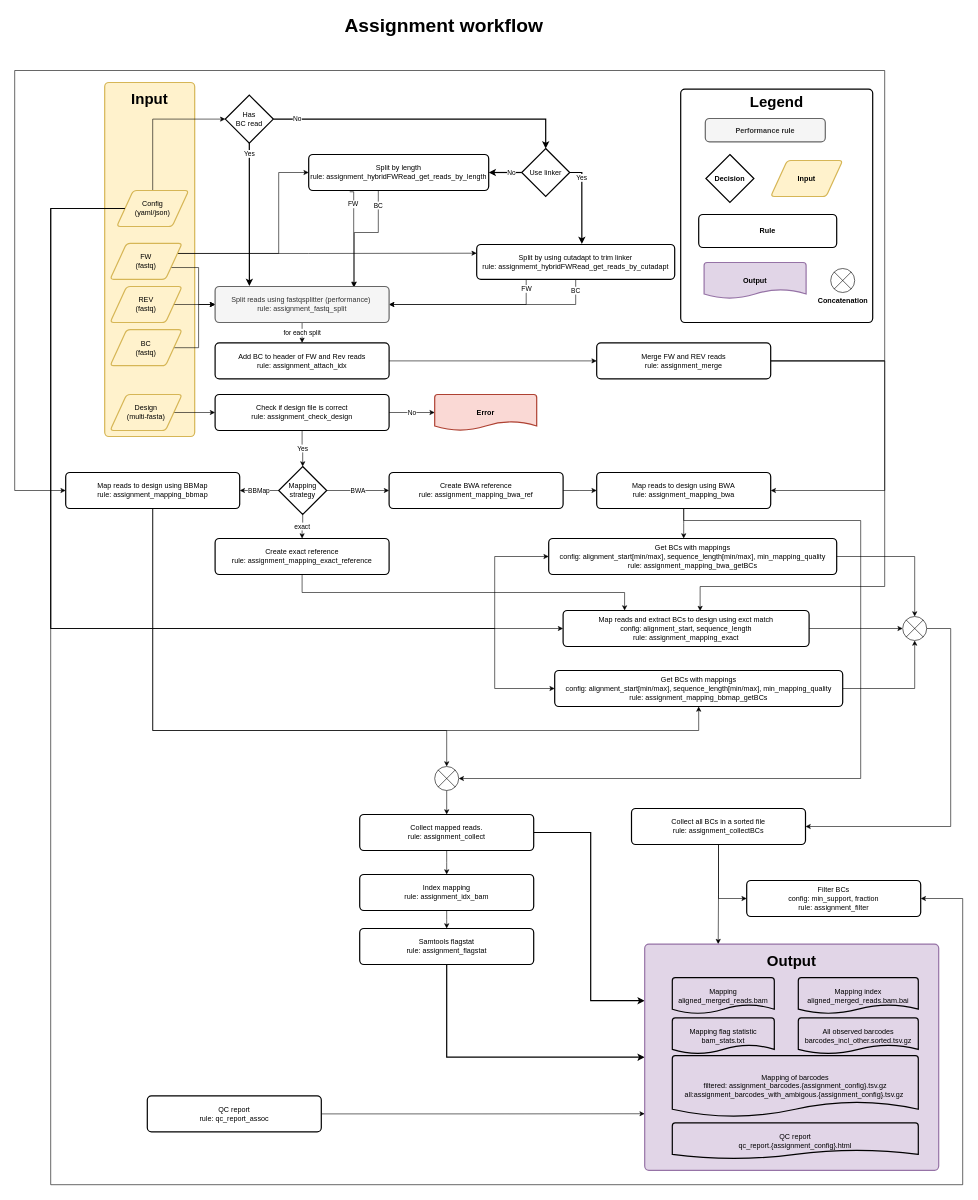
Before: docs/MPRAsnakeflow_assignment.drawio in kircherlab/MPRAsnakeflow, a draw.io diagram. Source tidied: cells renumbered, new cells numbered last; positions are measured from the earlier drawing's top-left corner, leaving out a move shared by most shapes. Both pictures are drawn from the tidied source at 60%, with x=0, y=0 at pixel (14, 10).
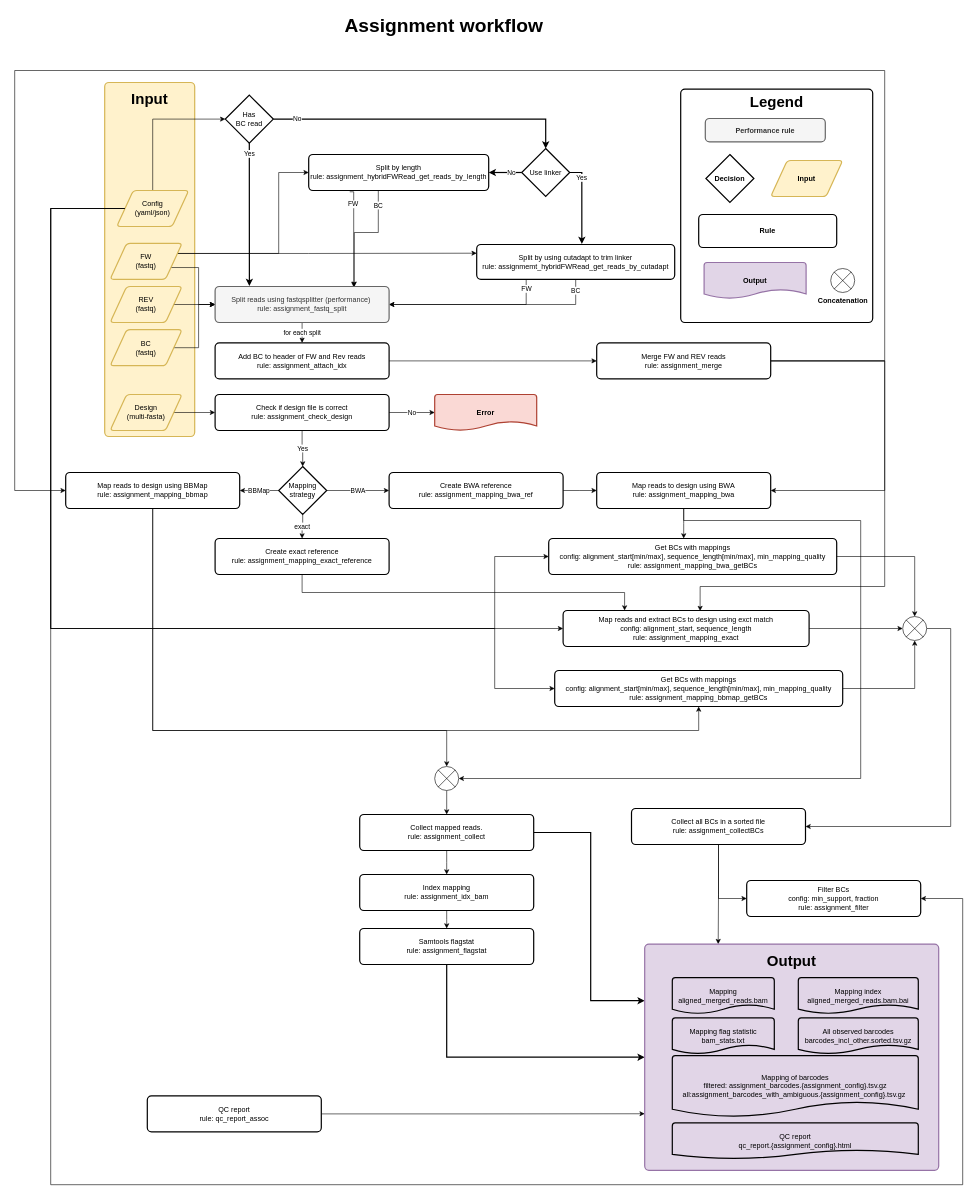
Above is the later version.

Unchanged cells that the change refers to:
```xml
<mxCell id="58" style="group;" parent="1" vertex="1">
  <mxGeometry x="1050" y="1610" width="490" height="338" as="geometry" />
</mxCell>
```

Change to the diagram source:
```diff
@@
-    <mxCell id="64" value="Mapping of barcodes&lt;br&gt;filtered: assignment_barcodes.{assignment_config}.tsv.gz&lt;div&gt;all:assignment_barcodes_with_ambigous.{assignment_config}.tsv.gz&amp;nbsp;&lt;/div&gt;" style="strokeWidth=2;html=1;shape=mxgraph.flowchart.document2;whiteSpace=wrap;size=0.25;fontFamily=Helvetica;fillColor=none;" parent="58" vertex="1">
+    <mxCell id="64" value="Mapping of barcodes&lt;br&gt;filtered: assignment_barcodes.{assignment_config}.tsv.gz&lt;div&gt;all:assignment_barcodes_with_ambiguous.{assignment_config}.tsv.gz&amp;nbsp;&lt;/div&gt;" style="strokeWidth=2;html=1;shape=mxgraph.flowchart.document2;whiteSpace=wrap;size=0.25;fontFamily=Helvetica;fillColor=none;" parent="58" vertex="1">
       <mxGeometry x="46" y="132" width="410" height="102" as="geometry" />
     </mxCell>
```
